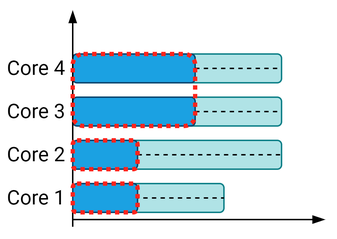
jmigual/APATeoria keeps this draw.io diagram as Notes/TFM_presentations/final/figures/drawings/state_example_merged_4.png. Above is the earlier version. Source tidied: cells renumbered, new cells last; positions are measured from the earlier drawing's top-left corner, leaving out a move shared by most shapes.
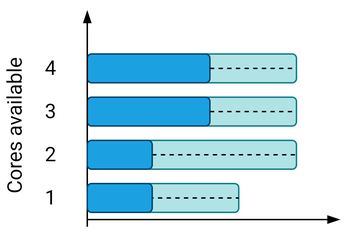
The same diagram one commit later.

What changed in the source:
```diff
@@ -3,73 +3,67 @@
     <mxCell id="0" />
     <mxCell id="1" parent="0" />
     <mxCell id="2" style="rounded=1;whiteSpace=wrap;html=1;align=center;fillColor=#b0e3e6;strokeColor=#0e8088;comic=0;fontSize=14;fontFamily=Roboto;FType=g;" parent="1" vertex="1">
-      <mxGeometry x="75" y="120" width="80" height="20" as="geometry" />
+      <mxGeometry x="-245" y="120" width="80" height="20" as="geometry" />
     </mxCell>
-    <mxCell id="3" value="Core 1" style="text;html=1;strokeColor=none;fillColor=none;align=center;verticalAlign=middle;whiteSpace=wrap;rounded=0;fontSize=14;fontColor=#000000;fontFamily=Roboto;FType=g;" parent="1" vertex="1">
-      <mxGeometry y="120" width="50" height="20" as="geometry" />
+    <mxCell id="3" style="endArrow=blockThin;html=1;endFill=1;fontFamily=Roboto;FType=g;" parent="1" edge="1">
+      <mxGeometry relative="1" as="geometry">
+        <mxPoint x="-270" y="145" as="sourcePoint" />
+        <mxPoint x="-95" y="145" as="targetPoint" />
+      </mxGeometry>
     </mxCell>
-    <mxCell id="4" value="Core 2" style="text;html=1;strokeColor=none;fillColor=none;align=center;verticalAlign=middle;whiteSpace=wrap;rounded=0;fontSize=14;fontColor=#000000;fontFamily=Roboto;FType=g;" parent="1" vertex="1">
-      <mxGeometry y="90" width="50" height="20" as="geometry" />
+    <mxCell id="4" style="endArrow=none;dashed=1;html=1;entryX=1;entryY=0.5;entryDx=0;entryDy=0;exitX=0;exitY=0.5;exitDx=0;exitDy=0;" parent="1" edge="1" source="2" target="2">
+      <mxGeometry relative="1" as="geometry" />
     </mxCell>
-    <mxCell id="5" value="Core 3" style="text;html=1;strokeColor=none;fillColor=none;align=center;verticalAlign=middle;whiteSpace=wrap;rounded=0;fontSize=14;fontColor=#000000;fontFamily=Roboto;FType=g;" parent="1" vertex="1">
-      <mxGeometry y="60" width="50" height="20" as="geometry" />
+    <mxCell id="5" style="rounded=1;whiteSpace=wrap;html=1;align=center;fillColor=#b0e3e6;strokeColor=#0e8088;comic=0;fontSize=14;fontFamily=Roboto;FType=g;" parent="1" vertex="1">
+      <mxGeometry x="-255" y="90" width="130" height="20" as="geometry" />
     </mxCell>
-    <mxCell id="6" style="endArrow=blockThin;html=1;endFill=1;fontFamily=Roboto;FType=g;" parent="1" edge="1">
-      <mxGeometry relative="1" as="geometry">
-        <mxPoint x="50" y="145" as="sourcePoint" />
-        <mxPoint x="225" y="145" as="targetPoint" />
-      </mxGeometry>
+    <mxCell id="6" style="endArrow=none;dashed=1;html=1;entryX=1;entryY=0.5;entryDx=0;entryDy=0;exitX=1;exitY=0.5;exitDx=0;exitDy=0;" parent="1" edge="1" source="15" target="5">
+      <mxGeometry relative="1" as="geometry" />
     </mxCell>
-    <mxCell id="7" value="Core 4" style="text;html=1;strokeColor=none;fillColor=none;align=center;verticalAlign=middle;whiteSpace=wrap;rounded=0;fontSize=14;fontColor=#000000;fontFamily=Roboto;FType=g;" parent="1" vertex="1">
-      <mxGeometry y="30" width="50" height="20" as="geometry" />
+    <mxCell id="7" style="rounded=1;whiteSpace=wrap;html=1;align=center;fillColor=#b0e3e6;strokeColor=#0e8088;comic=0;fontSize=14;fontFamily=Roboto;FType=g;" parent="1" vertex="1">
+      <mxGeometry x="-255" y="60" width="130" height="20" as="geometry" />
     </mxCell>
-    <mxCell id="8" style="endArrow=none;dashed=1;html=1;entryX=1;entryY=0.5;entryDx=0;entryDy=0;exitX=0;exitY=0.5;exitDx=0;exitDy=0;" parent="1" edge="1" source="2" target="2">
-      <mxGeometry relative="1" as="geometry" />
+    <mxCell id="8" style="rounded=1;whiteSpace=wrap;html=1;align=center;fillColor=#1ba1e2;fontColor=#ffffff;comic=0;fontSize=14;fontFamily=Roboto;FType=g;strokeColor=#00456E;" parent="1" vertex="1">
+      <mxGeometry x="-270" y="60" width="85" height="20" as="geometry" />
     </mxCell>
-    <mxCell id="9" style="rounded=1;whiteSpace=wrap;html=1;align=center;fillColor=#b0e3e6;strokeColor=#0e8088;comic=0;fontSize=14;fontFamily=Roboto;FType=g;" parent="1" vertex="1">
-      <mxGeometry x="65" y="90" width="130" height="20" as="geometry" />
+    <mxCell id="9" style="endArrow=none;dashed=1;html=1;entryX=1;entryY=0.5;entryDx=0;entryDy=0;exitX=1;exitY=0.5;exitDx=0;exitDy=0;" parent="1" edge="1" source="8" target="7">
+      <mxGeometry relative="1" as="geometry" />
     </mxCell>
-    <mxCell id="10" style="endArrow=none;dashed=1;html=1;entryX=1;entryY=0.5;entryDx=0;entryDy=0;exitX=1;exitY=0.5;exitDx=0;exitDy=0;" parent="1" edge="1" source="19" target="9">
-      <mxGeometry relative="1" as="geometry" />
+    <mxCell id="10" style="rounded=1;whiteSpace=wrap;html=1;align=center;fillColor=#b0e3e6;strokeColor=#0e8088;comic=0;fontSize=14;fontFamily=Roboto;FType=g;" parent="1" vertex="1">
+      <mxGeometry x="-205" y="30" width="80" height="20" as="geometry" />
     </mxCell>
-    <mxCell id="11" style="rounded=1;whiteSpace=wrap;html=1;align=center;fillColor=#b0e3e6;strokeColor=#0e8088;comic=0;fontSize=14;fontFamily=Roboto;FType=g;" parent="1" vertex="1">
-      <mxGeometry x="65" y="60" width="130" height="20" as="geometry" />
+    <mxCell id="11" style="rounded=1;whiteSpace=wrap;html=1;align=center;fillColor=#1ba1e2;fontColor=#ffffff;comic=0;fontSize=14;fontFamily=Roboto;FType=g;strokeColor=#00456E;" parent="1" vertex="1">
+      <mxGeometry x="-270" y="30" width="85" height="20" as="geometry" />
     </mxCell>
-    <mxCell id="12" style="rounded=1;whiteSpace=wrap;html=1;align=center;fillColor=#1ba1e2;fontColor=#ffffff;comic=0;fontSize=14;fontFamily=Roboto;FType=g;strokeColor=#00456E;" parent="1" vertex="1">
-      <mxGeometry x="50" y="60" width="85" height="20" as="geometry" />
+    <mxCell id="12" style="endArrow=none;dashed=1;html=1;entryX=1;entryY=0.5;entryDx=0;entryDy=0;exitX=1;exitY=0.5;exitDx=0;exitDy=0;" parent="1" edge="1" source="11" target="10">
+      <mxGeometry relative="1" as="geometry" />
     </mxCell>
-    <mxCell id="13" style="endArrow=none;dashed=1;html=1;entryX=1;entryY=0.5;entryDx=0;entryDy=0;exitX=1;exitY=0.5;exitDx=0;exitDy=0;" parent="1" edge="1" source="12" target="11">
-      <mxGeometry relative="1" as="geometry" />
+    <mxCell id="13" style="endArrow=blockThin;html=1;strokeColor=#000000;endFill=1;exitX=0.5;exitY=0;exitDx=0;exitDy=0;fontFamily=Roboto;FType=g;" parent="1" edge="1">
+      <mxGeometry relative="1" as="geometry">
+        <mxPoint x="-270" y="150" as="sourcePoint" />
+        <mxPoint x="-270" as="targetPoint" />
+      </mxGeometry>
     </mxCell>
-    <mxCell id="14" style="rounded=1;whiteSpace=wrap;html=1;align=center;fillColor=#b0e3e6;strokeColor=#0e8088;comic=0;fontSize=14;fontFamily=Roboto;FType=g;" parent="1" vertex="1">
-      <mxGeometry x="115" y="30" width="80" height="20" as="geometry" />
+    <mxCell id="14" style="rounded=1;whiteSpace=wrap;html=1;align=center;fillColor=#1ba1e2;fontColor=#ffffff;comic=0;fontSize=14;fontFamily=Roboto;FType=g;strokeColor=#00456E;" parent="1" vertex="1">
+      <mxGeometry x="-270" y="120" width="45" height="20" as="geometry" />
     </mxCell>
     <mxCell id="15" style="rounded=1;whiteSpace=wrap;html=1;align=center;fillColor=#1ba1e2;fontColor=#ffffff;comic=0;fontSize=14;fontFamily=Roboto;FType=g;strokeColor=#00456E;" parent="1" vertex="1">
-      <mxGeometry x="50" y="30" width="85" height="20" as="geometry" />
+      <mxGeometry x="-270" y="90" width="45" height="20" as="geometry" />
     </mxCell>
-    <mxCell id="16" style="endArrow=none;dashed=1;html=1;entryX=1;entryY=0.5;entryDx=0;entryDy=0;exitX=1;exitY=0.5;exitDx=0;exitDy=0;" parent="1" edge="1" source="15" target="14">
-      <mxGeometry relative="1" as="geometry" />
+    <mxCell id="16" value="1" style="text;html=1;strokeColor=none;fillColor=none;align=center;verticalAlign=middle;whiteSpace=wrap;rounded=0;fontSize=14;fontColor=#000000;fontFamily=Roboto;FType=g;" parent="1" vertex="1">
+      <mxGeometry x="-320" y="120" width="50" height="20" as="geometry" />
     </mxCell>
-    <mxCell id="17" style="endArrow=blockThin;html=1;strokeColor=#000000;endFill=1;exitX=0.5;exitY=0;exitDx=0;exitDy=0;fontFamily=Roboto;FType=g;" parent="1" edge="1">
-      <mxGeometry relative="1" as="geometry">
-        <mxPoint x="50" y="150" as="sourcePoint" />
-        <mxPoint x="50" as="targetPoint" />
-      </mxGeometry>
+    <mxCell id="17" value="2" style="text;html=1;strokeColor=none;fillColor=none;align=center;verticalAlign=middle;whiteSpace=wrap;rounded=0;fontSize=14;fontColor=#000000;fontFamily=Roboto;FType=g;" parent="1" vertex="1">
+      <mxGeometry x="-320" y="90" width="50" height="20" as="geometry" />
     </mxCell>
-    <mxCell id="18" style="rounded=1;whiteSpace=wrap;html=1;align=center;fillColor=#1ba1e2;fontColor=#ffffff;comic=0;fontSize=14;fontFamily=Roboto;FType=g;strokeColor=#00456E;" parent="1" vertex="1">
-      <mxGeometry x="50" y="120" width="45" height="20" as="geometry" />
+    <mxCell id="18" value="3" style="text;html=1;strokeColor=none;fillColor=none;align=center;verticalAlign=middle;whiteSpace=wrap;rounded=0;fontSize=14;fontColor=#000000;fontFamily=Roboto;FType=g;" parent="1" vertex="1">
+      <mxGeometry x="-320" y="60" width="50" height="20" as="geometry" />
     </mxCell>
-    <mxCell id="19" style="rounded=1;whiteSpace=wrap;html=1;align=center;fillColor=#1ba1e2;fontColor=#ffffff;comic=0;fontSize=14;fontFamily=Roboto;FType=g;strokeColor=#00456E;" parent="1" vertex="1">
-      <mxGeometry x="50" y="90" width="45" height="20" as="geometry" />
+    <mxCell id="19" value="4" style="text;html=1;strokeColor=none;fillColor=none;align=center;verticalAlign=middle;whiteSpace=wrap;rounded=0;fontSize=14;fontColor=#000000;fontFamily=Roboto;FType=g;" parent="1" vertex="1">
+      <mxGeometry x="-320" y="30" width="50" height="20" as="geometry" />
     </mxCell>
-    <mxCell id="20" style="rounded=1;whiteSpace=wrap;html=1;fillColor=none;strokeWidth=3;dashed=1;strokeColor=#FF241C;perimeterSpacing=0;dashPattern=1 1;" parent="1" vertex="1">
-      <mxGeometry x="50" y="30" width="85" height="50" as="geometry" />
+    <mxCell id="20" value="Cores available" style="text;html=1;strokeColor=none;fillColor=none;align=center;verticalAlign=middle;whiteSpace=wrap;rounded=0;fontSize=14;fontColor=#000000;fontFamily=Roboto;FType=g;rotation=-90;" parent="1" vertex="1">
+      <mxGeometry x="-375" y="70" width="110" height="20" as="geometry" />
     </mxCell>
-    <mxCell id="21" style="rounded=1;whiteSpace=wrap;html=1;fillColor=none;strokeWidth=3;dashed=1;strokeColor=#FF241C;perimeterSpacing=0;dashPattern=1 1;" parent="1" vertex="1">
-      <mxGeometry x="50" y="90" width="45" height="20" as="geometry" />
-    </mxCell>
-    <mxCell id="22" style="rounded=1;whiteSpace=wrap;html=1;fillColor=none;strokeWidth=3;dashed=1;strokeColor=#FF241C;perimeterSpacing=0;dashPattern=1 1;" parent="1" vertex="1">
-      <mxGeometry x="50" y="120" width="45" height="20" as="geometry" />
-    </mxCell>
   </root>
 </mxGraphModel>
```
